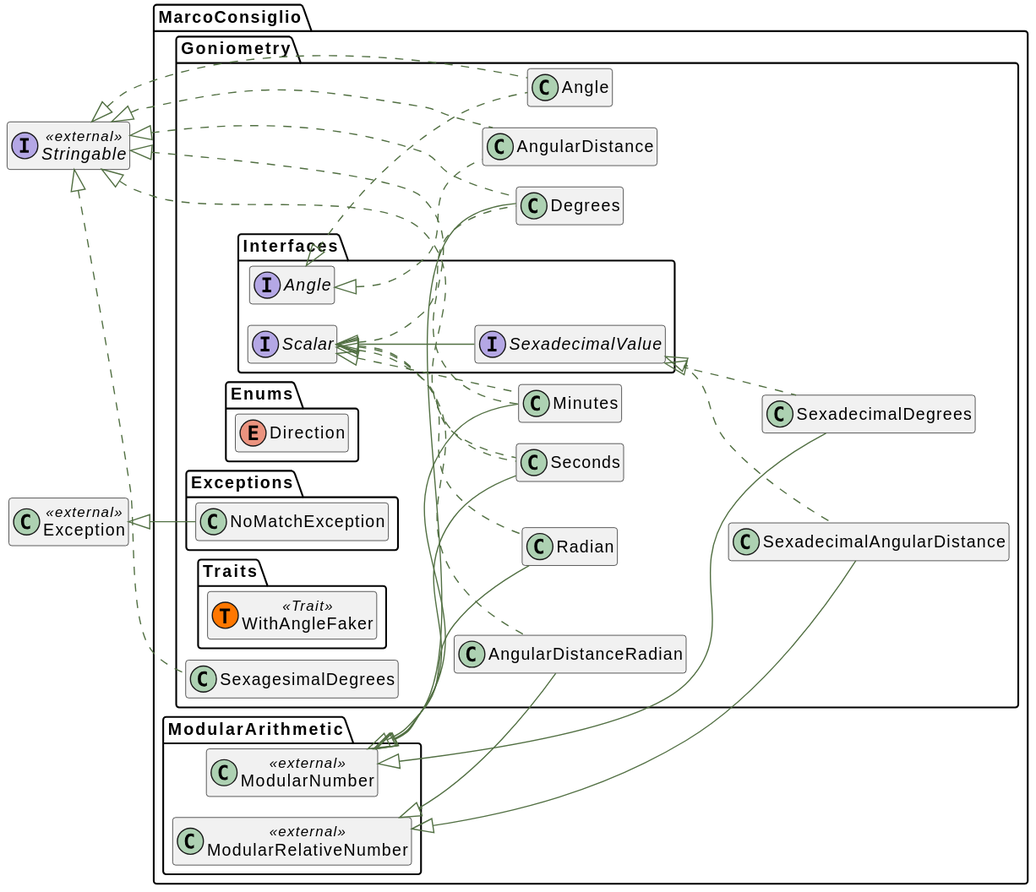
Above: docs/html/graphs/classes.svg in MarcoConsiglio/goniometry (PlantUML), before the change.
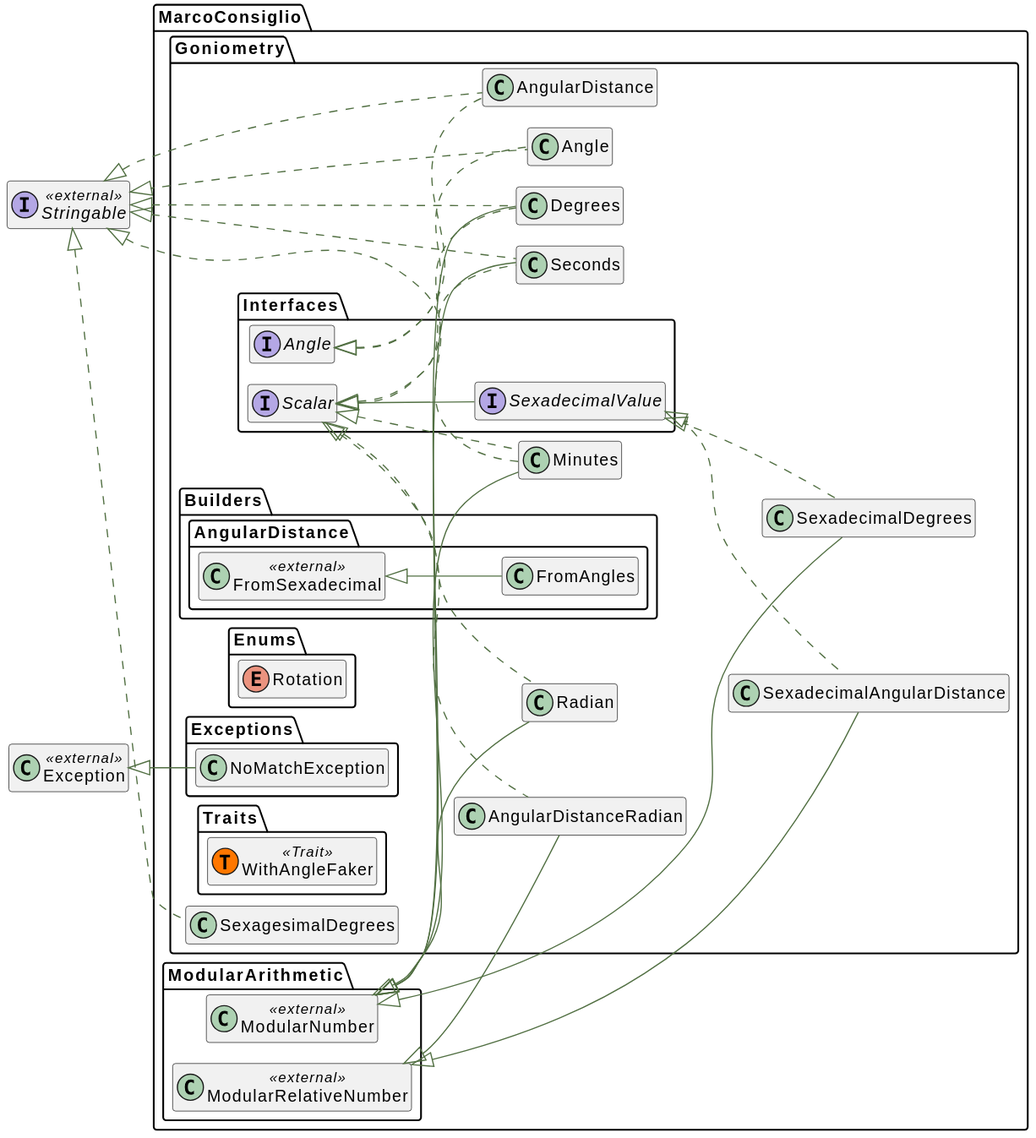
After the change.

Change to the diagram source:
```diff
@@ -75,8 +75,16 @@
      class "SexagesimalDegrees" as SexagesimalDegrees__class    implements \\Stringable__class {
     }
 }
+namespace MarcoConsiglio\\Goniometry\\Builders\\AngularDistance {
+    class "FromSexadecimal" as FromSexadecimal__class << external >>{
+    }
+}
+namespace MarcoConsiglio\\Goniometry\\Builders\\AngularDistance {
+     class "FromAngles" as FromAngles__class   extends \\MarcoConsiglio\\Goniometry\\Builders\\AngularDistance\\FromSexadecimal__class  {
+    }
+}
 namespace MarcoConsiglio\\Goniometry\\Enums {
-    enum "Direction" as Direction__enum {
+    enum "Rotation" as Rotation__enum {
     }
 }
 class "Exception" as Exception__class << external >>{
```
